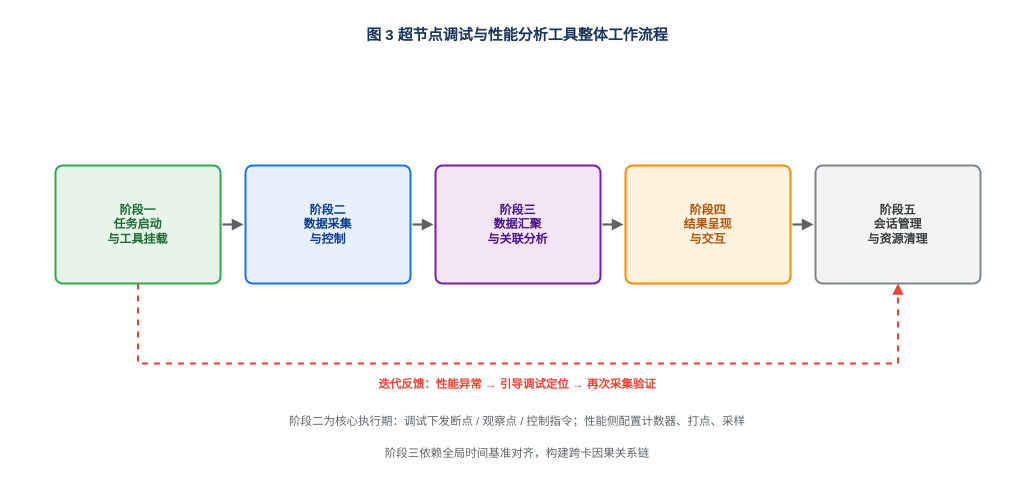
Before: page "超节点调试与性能分析工具整体工作流程" (2 of 7) of A3超节点设计方案插图.drawio in HanxuLiu/drawio-files, a draw.io diagram. Source tidied: cells renumbered, new cells numbered last; positions are measured from the earlier drawing's top-left corner, leaving out a move shared by most shapes. Both pictures are drawn from the tidied source at 100%, with x=0, y=0 at pixel (17, 17).
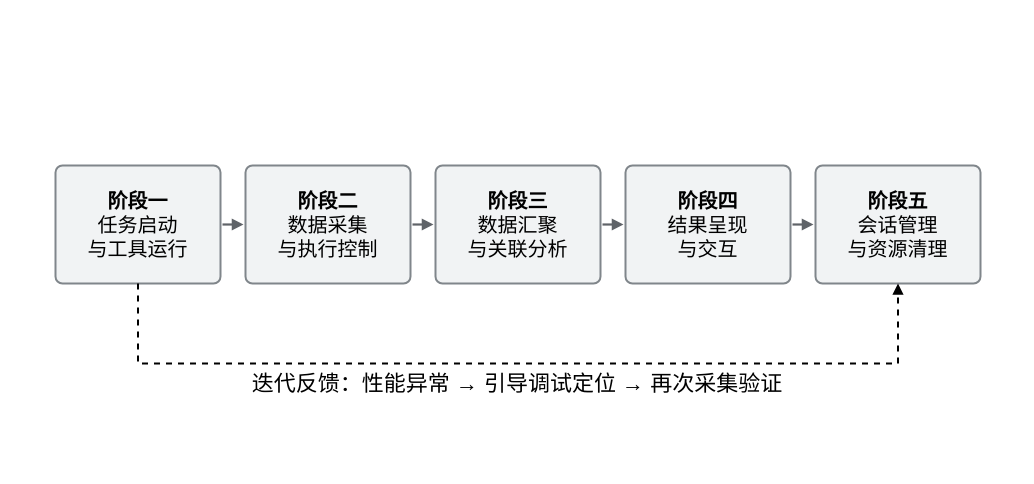
The same diagram, later.

Diff of the diagram source:
```diff
@@
-    <mxCell id="2" value="图 3  超节点调试与性能分析工具整体工作流程" style="text;html=1;strokeColor=none;fillColor=none;align=center;verticalAlign=middle;whiteSpace=wrap;rounded=0;fontSize=15;fontColor=#1A365D;fontStyle=1;" parent="1" vertex="1">
-      <mxGeometry width="1000" height="34" as="geometry" />
-    </mxCell>
-    <mxCell id="3" value="阶段一&lt;br&gt;任务启动&lt;br&gt;与工具挂载" style="rounded=1;arcSize=6;whiteSpace=wrap;html=1;fillColor=#E6F4EA;strokeColor=#34A853;strokeWidth=2;fontSize=12;fontColor=#1E6B33;align=center;verticalAlign=middle;fontStyle=1;" parent="1" vertex="1">
+    <mxCell id="3" value="阶段一&lt;br&gt;&lt;span style=&quot;font-weight: normal;&quot;&gt;任务启动&lt;/span&gt;&lt;br&gt;&lt;span style=&quot;font-weight: normal;&quot;&gt;与工具运行&lt;/span&gt;" style="rounded=1;arcSize=6;whiteSpace=wrap;html=1;fillColor=#F1F3F4;strokeColor=#80868B;strokeWidth=2;fontSize=20;fontColor=#000000;align=center;verticalAlign=middle;fontStyle=1;fontFamily=Helvetica;" parent="1" vertex="1">
       <mxGeometry x="38" y="148" width="165" height="118" as="geometry" />
     </mxCell>
-    <mxCell id="4" value="阶段二&lt;br&gt;数据采集&lt;br&gt;与控制" style="rounded=1;arcSize=6;whiteSpace=wrap;html=1;fillColor=#E8F0FE;strokeColor=#1A73E8;strokeWidth=2;fontSize=12;fontColor=#0B3D91;align=center;verticalAlign=middle;fontStyle=1;" parent="1" vertex="1">
+    <mxCell id="4" value="阶段二&lt;br&gt;&lt;span style=&quot;font-weight: normal;&quot;&gt;数据采集&lt;br&gt;与执行控制&lt;/span&gt;" style="rounded=1;arcSize=6;whiteSpace=wrap;html=1;fillColor=#F1F3F4;strokeColor=#80868B;strokeWidth=2;fontSize=20;fontColor=#000000;align=center;verticalAlign=middle;fontStyle=1;fontFamily=Helvetica;" parent="1" vertex="1">
       <mxGeometry x="228" y="148" width="165" height="118" as="geometry" />
     </mxCell>
-    <mxCell id="5" style="edgeStyle=none;html=1;rounded=0;strokeColor=#5F6368;strokeWidth=2.2;endArrow=block;endFill=1;" parent="1" edge="1">
+    <mxCell id="5" style="edgeStyle=none;html=1;rounded=0;strokeColor=#5F6368;strokeWidth=2.2;endArrow=block;endFill=1;fontColor=#000000;fontSize=20;" parent="1" edge="1">
       <mxGeometry relative="1" as="geometry">
         <mxPoint x="205" y="207" as="sourcePoint" />
         <mxPoint x="226" y="207" as="targetPoint" />
       </mxGeometry>
     </mxCell>
-    <mxCell id="6" value="阶段三&lt;br&gt;数据汇聚&lt;br&gt;与关联分析" style="rounded=1;arcSize=6;whiteSpace=wrap;html=1;fillColor=#F3E5F5;strokeColor=#7B1FA2;strokeWidth=2;fontSize=12;fontColor=#4A148C;align=center;verticalAlign=middle;fontStyle=1;" parent="1" vertex="1">
+    <mxCell id="6" value="阶段三&lt;br&gt;&lt;span style=&quot;font-weight: normal;&quot;&gt;数据汇聚&lt;br&gt;与关联分析&lt;/span&gt;" style="rounded=1;arcSize=6;whiteSpace=wrap;html=1;fillColor=#F1F3F4;strokeColor=#80868B;strokeWidth=2;fontSize=20;fontColor=#000000;align=center;verticalAlign=middle;fontStyle=1;fontFamily=Helvetica;" parent="1" vertex="1">
       <mxGeometry x="418" y="148" width="165" height="118" as="geometry" />
     </mxCell>
-    <mxCell id="7" style="edgeStyle=none;html=1;rounded=0;strokeColor=#5F6368;strokeWidth=2.2;endArrow=block;endFill=1;" parent="1" edge="1">
+    <mxCell id="7" style="edgeStyle=none;html=1;rounded=0;strokeColor=#5F6368;strokeWidth=2.2;endArrow=block;endFill=1;fontColor=#000000;fontSize=20;" parent="1" edge="1">
       <mxGeometry relative="1" as="geometry">
         <mxPoint x="395" y="207" as="sourcePoint" />
         <mxPoint x="416" y="207" as="targetPoint" />
       </mxGeometry>
     </mxCell>
-    <mxCell id="8" value="阶段四&lt;br&gt;结果呈现&lt;br&gt;与交互" style="rounded=1;arcSize=6;whiteSpace=wrap;html=1;fillColor=#FFF3E0;strokeColor=#FB8C00;strokeWidth=2;fontSize=12;fontColor=#B45309;align=center;verticalAlign=middle;fontStyle=1;" parent="1" vertex="1">
+    <mxCell id="8" value="阶段四&lt;br&gt;&lt;span style=&quot;font-weight: normal;&quot;&gt;结果呈现&lt;br&gt;与交互&lt;/span&gt;" style="rounded=1;arcSize=6;whiteSpace=wrap;html=1;fillColor=#F1F3F4;strokeColor=#80868B;strokeWidth=2;fontSize=20;fontColor=#000000;align=center;verticalAlign=middle;fontStyle=1;fontFamily=Helvetica;" parent="1" vertex="1">
       <mxGeometry x="608" y="148" width="165" height="118" as="geometry" />
     </mxCell>
-    <mxCell id="9" style="edgeStyle=none;html=1;rounded=0;strokeColor=#5F6368;strokeWidth=2.2;endArrow=block;endFill=1;" parent="1" edge="1">
+    <mxCell id="9" style="edgeStyle=none;html=1;rounded=0;strokeColor=#5F6368;strokeWidth=2.2;endArrow=block;endFill=1;fontColor=#000000;fontSize=20;" parent="1" edge="1">
       <mxGeometry relative="1" as="geometry">
         <mxPoint x="585" y="207" as="sourcePoint" />
         <mxPoint x="606" y="207" as="targetPoint" />
       </mxGeometry>
     </mxCell>
-    <mxCell id="10" value="阶段五&lt;br&gt;会话管理&lt;br&gt;与资源清理" style="rounded=1;arcSize=6;whiteSpace=wrap;html=1;fillColor=#F1F3F4;strokeColor=#80868B;strokeWidth=2;fontSize=12;fontColor=#3C4043;align=center;verticalAlign=middle;fontStyle=1;" parent="1" vertex="1">
+    <mxCell id="10" value="阶段五&lt;br&gt;&lt;span style=&quot;font-weight: normal;&quot;&gt;会话管理&lt;br&gt;与资源清理&lt;/span&gt;" style="rounded=1;arcSize=6;whiteSpace=wrap;html=1;fillColor=#F1F3F4;strokeColor=#80868B;strokeWidth=2;fontSize=20;fontColor=#000000;align=center;verticalAlign=middle;fontStyle=1;" parent="1" vertex="1">
       <mxGeometry x="798" y="148" width="165" height="118" as="geometry" />
     </mxCell>
-    <mxCell id="11" style="edgeStyle=none;html=1;rounded=0;strokeColor=#5F6368;strokeWidth=2.2;endArrow=block;endFill=1;" parent="1" edge="1">
+    <mxCell id="11" style="edgeStyle=none;html=1;rounded=0;strokeColor=#5F6368;strokeWidth=2.2;endArrow=block;endFill=1;fontColor=#000000;fontSize=20;" parent="1" edge="1">
       <mxGeometry relative="1" as="geometry">
         <mxPoint x="775" y="207" as="sourcePoint" />
         <mxPoint x="796" y="207" as="targetPoint" />
       </mxGeometry>
     </mxCell>
-    <mxCell id="12" style="edgeStyle=none;html=1;rounded=0;strokeColor=#EA4335;strokeWidth=2;endArrow=block;endFill=1;dashed=1;" parent="1" edge="1">
+    <mxCell id="12" style="edgeStyle=none;html=1;rounded=0;strokeColor=light-dark(#000000, #ff796d);strokeWidth=2;endArrow=block;endFill=1;dashed=1;fontColor=#000000;" parent="1" edge="1">
       <mxGeometry relative="1" as="geometry">
         <mxPoint x="120.5" y="266" as="sourcePoint" />
         <mxPoint x="880.5" y="266" as="targetPoint" />
         <Array as="points">
           <mxPoint x="120.5" y="346" />
           <mxPoint x="880.5" y="346" />
         </Array>
       </mxGeometry>
     </mxCell>
-    <mxCell id="13" value="迭代反馈：性能异常 → 引导调试定位 → 再次采集验证" style="text;html=1;strokeColor=none;fillColor=none;align=center;verticalAlign=middle;whiteSpace=wrap;rounded=0;fontSize=11.5;fontColor=#EA4335;fontStyle=1;" parent="1" vertex="1">
+    <mxCell id="13" value="迭代反馈：性能异常 → 引导调试定位 → 再次采集验证" style="text;html=1;strokeColor=none;fillColor=none;align=center;verticalAlign=middle;whiteSpace=wrap;rounded=0;fontSize=22;fontColor=#000000;fontStyle=0;" parent="1" vertex="1">
       <mxGeometry x="150" y="352" width="700" height="30" as="geometry" />
     </mxCell>
-    <mxCell id="14" value="阶段二为核心执行期：调试下发断点 / 观察点 / 控制指令；性能侧配置计数器、打点、采样" style="text;html=1;strokeColor=none;fillColor=none;align=center;verticalAlign=middle;whiteSpace=wrap;rounded=0;fontSize=11.5;fontColor=#5F6368;" parent="1" vertex="1">
-      <mxGeometry x="40" y="390" width="920" height="28" as="geometry" />
-    </mxCell>
-    <mxCell id="15" value="阶段三依赖全局时间基准对齐，构建跨卡因果关系链" style="text;html=1;strokeColor=none;fillColor=none;align=center;verticalAlign=middle;whiteSpace=wrap;rounded=0;fontSize=11.5;fontColor=#5F6368;" parent="1" vertex="1">
-      <mxGeometry x="40" y="422" width="920" height="28" as="geometry" />
-    </mxCell>
```
